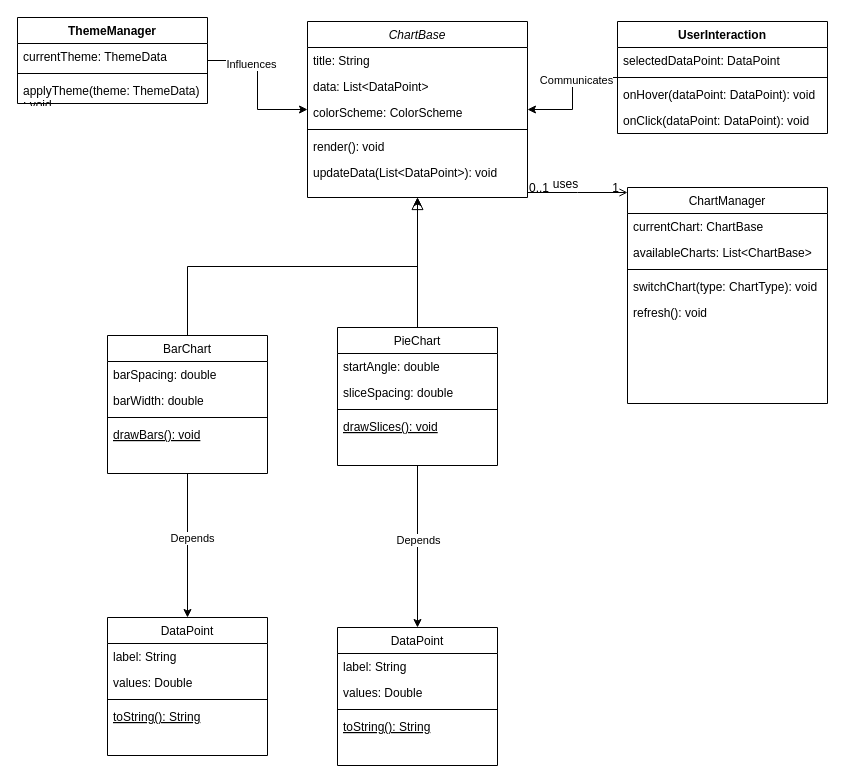
Before: DataVisualizationSystem.drawio in ShdowC/Diagrams, a draw.io diagram. Source tidied: cells renumbered, new cells numbered last; positions are measured from the earlier drawing's top-left corner, leaving out a move shared by most shapes. Both pictures are drawn from the tidied source at 100%, with x=0, y=0 at pixel (17, 17).
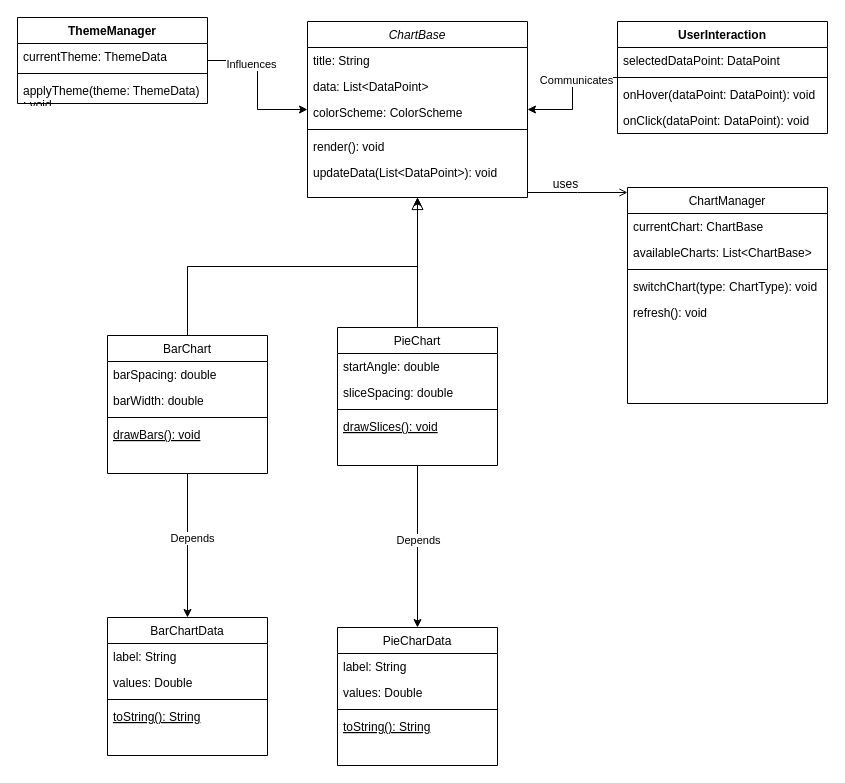
After the change.

The change refers to these unchanged cells:
```xml
<mxCell id="23" style="endArrow=open;shadow=0;strokeWidth=1;rounded=0;curved=0;endFill=1;edgeStyle=elbowEdgeStyle;elbow=vertical;" parent="1" edge="1" source="2" target="17">
  <mxGeometry x="0.5" y="41" relative="1" as="geometry">
    <mxPoint x="-40" y="32" as="offset" />
  </mxGeometry>
</mxCell>
```

Change to the diagram source:
```diff
@@
-    <mxCell id="24" value="0..1" style="align=left;verticalAlign=bottom;labelBackgroundColor=none;fontSize=12;" parent="23" vertex="1">
+    <mxCell id="24" style="align=left;verticalAlign=bottom;labelBackgroundColor=none;fontSize=12;" parent="23" vertex="1">
       <mxGeometry x="-1" relative="1" as="geometry">
         <mxPoint y="4" as="offset" />
       </mxGeometry>
     </mxCell>
-    <mxCell id="25" value="1" style="align=right;verticalAlign=bottom;labelBackgroundColor=none;fontSize=12;" parent="23" vertex="1">
+    <mxCell id="25" style="align=right;verticalAlign=bottom;labelBackgroundColor=none;fontSize=12;" parent="23" vertex="1">
       <mxGeometry x="1" relative="1" as="geometry">
         <mxPoint x="-7" y="4" as="offset" />
       </mxGeometry>
     </mxCell>
@@
-    <mxCell id="27" value="DataPoint" style="swimlane;fontStyle=0;align=center;verticalAlign=top;horizontal=1;startSize=26;rounded=0;shadow=0;strokeWidth=1;" parent="1" vertex="1">
+    <mxCell id="27" value="BarChartData" style="swimlane;fontStyle=0;align=center;verticalAlign=top;horizontal=1;startSize=26;rounded=0;shadow=0;strokeWidth=1;" parent="1" vertex="1">
       <mxGeometry x="90" y="600" width="160" height="138" as="geometry" />
     </mxCell>
@@
-    <mxCell id="32" value="DataPoint" style="swimlane;fontStyle=0;align=center;verticalAlign=top;horizontal=1;startSize=26;rounded=0;shadow=0;strokeWidth=1;" parent="1" vertex="1">
+    <mxCell id="32" value="PieCharData" style="swimlane;fontStyle=0;align=center;verticalAlign=top;horizontal=1;startSize=26;rounded=0;shadow=0;strokeWidth=1;" parent="1" vertex="1">
       <mxGeometry x="320" y="610" width="160" height="138" as="geometry" />
     </mxCell>
```
